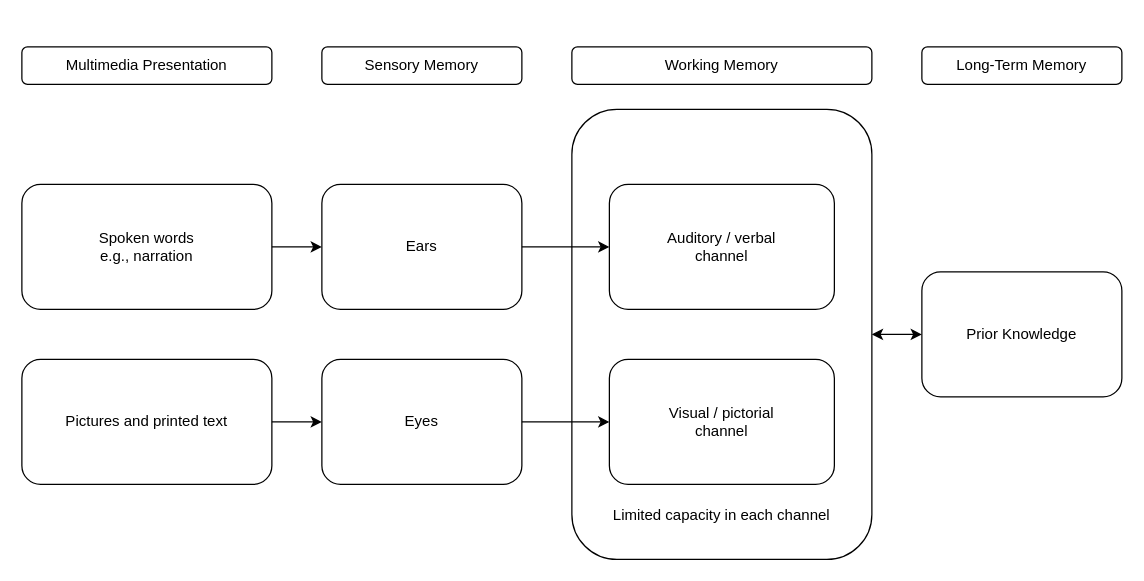
Before: thesis_figure_two.drawio in Matasem-h/SimpleFlowcharts, a draw.io diagram. Source tidied: cells renumbered, new cells numbered last; positions are measured from the earlier drawing's top-left corner, leaving out a move shared by most shapes. Both pictures are drawn from the tidied source at 125%, with x=0, y=0 at pixel (21, 46).
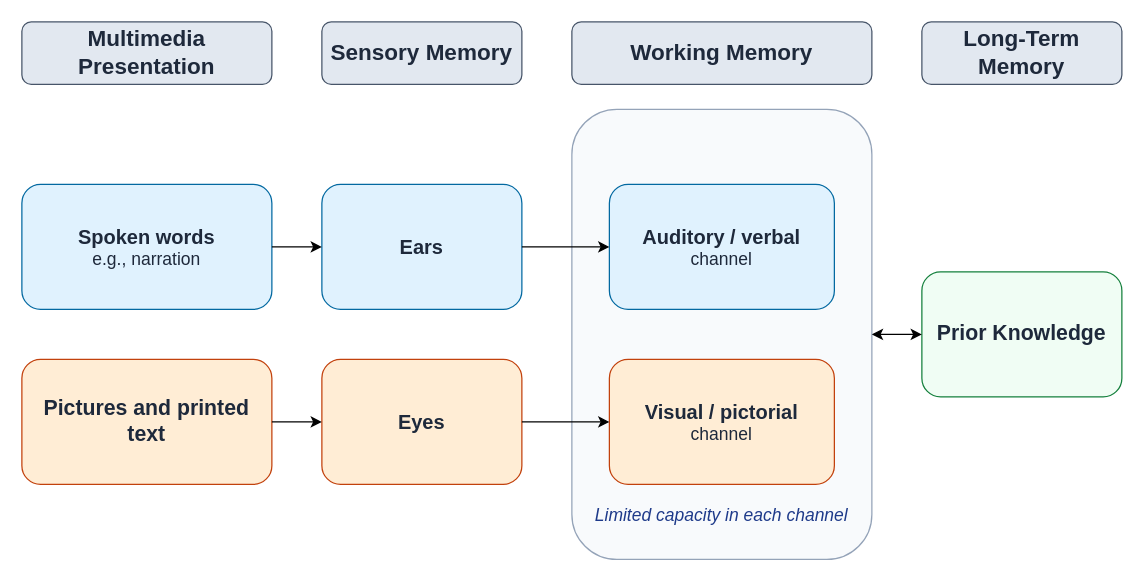
The same diagram, later.

What changed in the source:
```diff
@@
 <mxGraphModel>
   <root>
     <mxCell id="0" />
     <mxCell id="1" parent="0" />
-    <mxCell id="2" value="Pictures and printed text" style="rounded=1;whiteSpace=wrap;html=1;roundedPerimeter=1;" parent="1" vertex="1">
+    <mxCell id="2" value="&lt;b&gt;&lt;font style=&quot;font-size: 17px;&quot;&gt;Pictures and printed text&lt;/font&gt;&lt;/b&gt;" style="rounded=1;whiteSpace=wrap;html=1;roundedPerimeter=1;fillColor=#FFEDD5;strokeColor=#C2410C;fontColor=#1E293B;fontSize=16;" parent="1" vertex="1">
       <mxGeometry y="250" width="200" height="100" as="geometry" />
     </mxCell>
-    <mxCell id="3" value="&lt;div&gt;Spoken words&lt;/div&gt;&lt;div&gt;e.g., narration&lt;/div&gt;" style="rounded=1;whiteSpace=wrap;html=1;roundedPerimeter=1;" parent="1" vertex="1">
+    <mxCell id="3" value="&lt;div&gt;&lt;font style=&quot;font-size: 16px;&quot;&gt;&lt;b&gt;&lt;font&gt;Spoken words&lt;/font&gt;&lt;/b&gt;&lt;/font&gt;&lt;/div&gt;&lt;div&gt;&lt;font style=&quot;font-size: 14px;&quot;&gt;e.g., narration&lt;/font&gt;&lt;/div&gt;" style="rounded=1;whiteSpace=wrap;html=1;roundedPerimeter=1;fillColor=#E0F2FE;strokeColor=#0369A1;fontColor=#1E293B;" parent="1" vertex="1">
       <mxGeometry y="110" width="200" height="100" as="geometry" />
     </mxCell>
-    <mxCell id="4" value="Ears" style="rounded=1;whiteSpace=wrap;html=1;roundedPerimeter=1;" parent="1" vertex="1">
+    <mxCell id="4" value="Ears" style="rounded=1;whiteSpace=wrap;html=1;roundedPerimeter=1;fillColor=#E0F2FE;strokeColor=#0369A1;fontColor=#1E293B;fontSize=16;fontStyle=1;" parent="1" vertex="1">
       <mxGeometry x="240" y="110" width="160" height="100" as="geometry" />
     </mxCell>
-    <mxCell id="5" value="Eyes" style="rounded=1;whiteSpace=wrap;html=1;roundedPerimeter=1;" parent="1" vertex="1">
+    <mxCell id="5" value="Eyes" style="rounded=1;whiteSpace=wrap;html=1;roundedPerimeter=1;fillColor=#FFEDD5;strokeColor=#C2410C;fontColor=#1E293B;fontSize=16;fontStyle=1;" parent="1" vertex="1">
       <mxGeometry x="240" y="250" width="160" height="100" as="geometry" />
     </mxCell>
-    <mxCell id="6" style="rounded=1;whiteSpace=wrap;html=1;roundedPerimeter=1;" parent="1" vertex="1">
+    <mxCell id="6" style="rounded=1;whiteSpace=wrap;html=1;roundedPerimeter=1;fillColor=#F8FAFC;strokeColor=#94A3B8;fontColor=#1E293B;" parent="1" vertex="1">
       <mxGeometry x="440" y="50" width="240" height="360" as="geometry" />
     </mxCell>
-    <mxCell id="7" value="Prior Knowledge" style="rounded=1;whiteSpace=wrap;html=1;roundedPerimeter=1;" parent="1" vertex="1">
+    <mxCell id="7" value="&lt;b&gt;&lt;font style=&quot;font-size: 17px;&quot;&gt;Prior Knowledge&lt;/font&gt;&lt;/b&gt;" style="rounded=1;whiteSpace=wrap;html=1;roundedPerimeter=1;fillColor=#F0FDF4;strokeColor=#15803D;fontColor=#1E293B;fontSize=16;" parent="1" vertex="1">
       <mxGeometry x="720" y="180" width="160" height="100" as="geometry" />
     </mxCell>
-    <mxCell id="8" value="&lt;div&gt;Auditory / verbal&lt;/div&gt;&lt;div&gt;channel&lt;/div&gt;" style="rounded=1;whiteSpace=wrap;html=1;roundedPerimeter=1;" parent="1" vertex="1">
+    <mxCell id="8" value="&lt;div&gt;&lt;font style=&quot;font-size: 16px;&quot;&gt;&lt;b&gt;Auditory / verbal&lt;/b&gt;&lt;/font&gt;&lt;/div&gt;&lt;div&gt;&lt;font style=&quot;font-size: 14px;&quot;&gt;channel&lt;/font&gt;&lt;/div&gt;" style="rounded=1;whiteSpace=wrap;html=1;roundedPerimeter=1;fillColor=#E0F2FE;strokeColor=#0369A1;fontColor=#1E293B;" parent="1" vertex="1">
       <mxGeometry x="470" y="110" width="180" height="100" as="geometry" />
     </mxCell>
-    <mxCell id="9" value="&lt;div&gt;Visual / pictorial&lt;/div&gt;&lt;div&gt;channel&lt;/div&gt;" style="rounded=1;whiteSpace=wrap;html=1;roundedPerimeter=1;" parent="1" vertex="1">
+    <mxCell id="9" value="&lt;div&gt;&lt;font style=&quot;font-size: 16px;&quot;&gt;&lt;b&gt;Visual / pictorial&lt;/b&gt;&lt;/font&gt;&lt;/div&gt;&lt;div&gt;&lt;font style=&quot;font-size: 14px;&quot;&gt;channel&lt;/font&gt;&lt;/div&gt;" style="rounded=1;whiteSpace=wrap;html=1;roundedPerimeter=1;fillColor=#FFEDD5;strokeColor=#C2410C;fontColor=#1E293B;" parent="1" vertex="1">
       <mxGeometry x="470" y="250" width="180" height="100" as="geometry" />
     </mxCell>
-    <mxCell id="10" style="endArrow=classic;html=1;rounded=0;defaultLabelBackgroundColor=gap;exitX=1;exitY=0.5;exitDx=0;exitDy=0;entryX=0;entryY=0.5;entryDx=0;entryDy=0;" parent="1" edge="1" source="2" target="5">
+    <mxCell id="10" style="endArrow=classic;html=1;rounded=0;defaultLabelBackgroundColor=gap;exitX=1;exitY=0.5;exitDx=0;exitDy=0;entryX=0;entryY=0.5;entryDx=0;entryDy=0;fontColor=#1E293B;" parent="1" edge="1" source="2" target="5">
       <mxGeometry relative="1" as="geometry" />
     </mxCell>
-    <mxCell id="11" style="endArrow=classic;html=1;rounded=0;defaultLabelBackgroundColor=gap;exitX=1;exitY=0.5;exitDx=0;exitDy=0;entryX=0;entryY=0.5;entryDx=0;entryDy=0;" parent="1" edge="1" source="3" target="4">
+    <mxCell id="11" style="endArrow=classic;html=1;rounded=0;defaultLabelBackgroundColor=gap;exitX=1;exitY=0.5;exitDx=0;exitDy=0;entryX=0;entryY=0.5;entryDx=0;entryDy=0;fontColor=#1E293B;" parent="1" edge="1" source="3" target="4">
       <mxGeometry relative="1" as="geometry" />
     </mxCell>
-    <mxCell id="12" style="endArrow=classic;html=1;rounded=0;defaultLabelBackgroundColor=gap;exitX=1;exitY=0.5;exitDx=0;exitDy=0;entryX=0;entryY=0.5;entryDx=0;entryDy=0;" parent="1" edge="1" source="4" target="8">
+    <mxCell id="12" style="endArrow=classic;html=1;rounded=0;defaultLabelBackgroundColor=gap;exitX=1;exitY=0.5;exitDx=0;exitDy=0;entryX=0;entryY=0.5;entryDx=0;entryDy=0;fontColor=#1E293B;" parent="1" edge="1" source="4" target="8">
       <mxGeometry relative="1" as="geometry" />
     </mxCell>
-    <mxCell id="13" style="endArrow=classic;html=1;rounded=0;defaultLabelBackgroundColor=gap;exitX=1;exitY=0.5;exitDx=0;exitDy=0;entryX=0;entryY=0.5;entryDx=0;entryDy=0;" parent="1" edge="1" source="5" target="9">
+    <mxCell id="13" style="endArrow=classic;html=1;rounded=0;defaultLabelBackgroundColor=gap;exitX=1;exitY=0.5;exitDx=0;exitDy=0;entryX=0;entryY=0.5;entryDx=0;entryDy=0;fontColor=#1E293B;" parent="1" edge="1" source="5" target="9">
       <mxGeometry relative="1" as="geometry" />
     </mxCell>
-    <mxCell id="14" style="endArrow=classic;startArrow=classic;html=1;rounded=0;defaultLabelBackgroundColor=gap;entryX=0;entryY=0.5;entryDx=0;entryDy=0;exitX=1;exitY=0.5;exitDx=0;exitDy=0;" parent="1" edge="1" source="6" target="7">
+    <mxCell id="14" style="endArrow=classic;startArrow=classic;html=1;rounded=0;defaultLabelBackgroundColor=gap;entryX=0;entryY=0.5;entryDx=0;entryDy=0;exitX=1;exitY=0.5;exitDx=0;exitDy=0;fontColor=#1E293B;" parent="1" edge="1" source="6" target="7">
       <mxGeometry relative="1" as="geometry" />
     </mxCell>
-    <mxCell id="15" value="Limited capacity in each channel" style="text;html=1;whiteSpace=wrap;strokeColor=none;fillColor=none;align=center;verticalAlign=middle;rounded=0;" parent="1" vertex="1">
+    <mxCell id="15" value="&lt;font style=&quot;font-size: 14px;&quot;&gt;&lt;i&gt;Limited capacity in each channel&lt;/i&gt;&lt;/font&gt;" style="text;html=1;whiteSpace=wrap;strokeColor=none;fillColor=none;align=center;verticalAlign=middle;rounded=0;fontColor=#1E3A8A;" parent="1" vertex="1">
       <mxGeometry x="440" y="360" width="240" height="30" as="geometry" />
     </mxCell>
-    <mxCell id="16" value="Multimedia Presentation" style="rounded=1;whiteSpace=wrap;html=1;roundedPerimeter=1;" parent="1" vertex="1">
-      <mxGeometry width="200" height="30" as="geometry" />
+    <mxCell id="16" value="Multimedia Presentation" style="rounded=1;whiteSpace=wrap;html=1;roundedPerimeter=1;fillColor=#E2E8F0;strokeColor=#475569;fontColor=#1E293B;fontStyle=1;fontSize=18;" parent="1" vertex="1">
+      <mxGeometry y="-20" width="200" height="50" as="geometry" />
     </mxCell>
-    <mxCell id="17" value="Sensory Memory" style="rounded=1;whiteSpace=wrap;html=1;roundedPerimeter=1;" parent="1" vertex="1">
-      <mxGeometry x="240" width="160" height="30" as="geometry" />
+    <mxCell id="17" value="Sensory Memory" style="rounded=1;whiteSpace=wrap;html=1;roundedPerimeter=1;fillColor=#E2E8F0;strokeColor=#475569;fontColor=#1E293B;fontStyle=1;fontSize=18;" parent="1" vertex="1">
+      <mxGeometry x="240" y="-20" width="160" height="50" as="geometry" />
     </mxCell>
-    <mxCell id="18" value="Working Memory" style="rounded=1;whiteSpace=wrap;html=1;roundedPerimeter=1;" parent="1" vertex="1">
-      <mxGeometry x="440" width="240" height="30" as="geometry" />
+    <mxCell id="18" value="Working Memory" style="rounded=1;whiteSpace=wrap;html=1;roundedPerimeter=1;fillColor=#E2E8F0;strokeColor=#475569;fontColor=#1E293B;fontStyle=1;fontSize=18;" parent="1" vertex="1">
+      <mxGeometry x="440" y="-20" width="240" height="50" as="geometry" />
     </mxCell>
-    <mxCell id="19" value="Long-Term Memory" style="rounded=1;whiteSpace=wrap;html=1;roundedPerimeter=1;" parent="1" vertex="1">
-      <mxGeometry x="720" width="160" height="30" as="geometry" />
+    <mxCell id="19" value="Long-Term Memory" style="rounded=1;whiteSpace=wrap;html=1;roundedPerimeter=1;fillColor=#E2E8F0;strokeColor=#475569;fontColor=#1E293B;fontStyle=1;fontSize=18;" parent="1" vertex="1">
+      <mxGeometry x="720" y="-20" width="160" height="50" as="geometry" />
     </mxCell>
   </root>
 </mxGraphModel>
```
